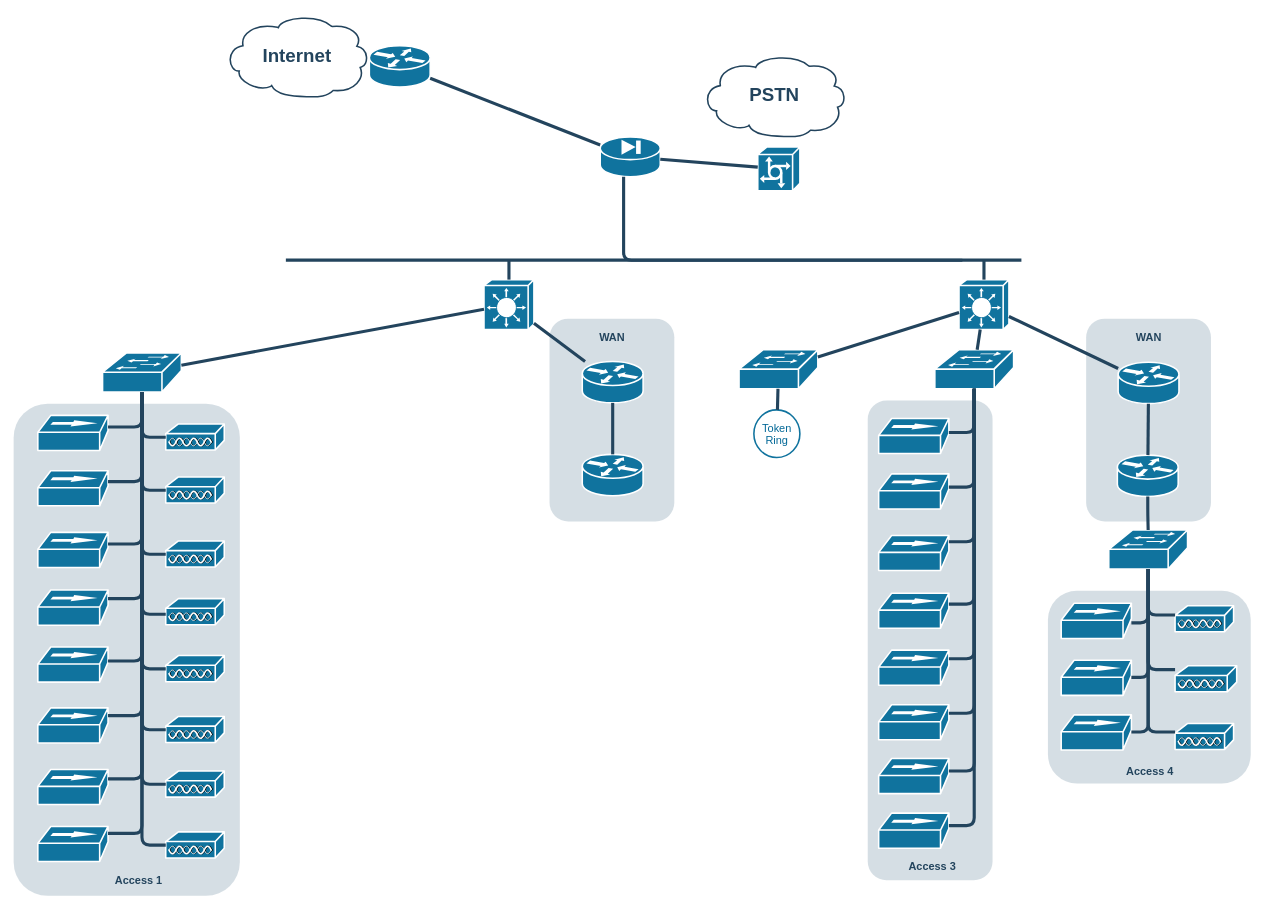
Earlier version of the draw.io diagram Actualizacion.drawio (0002itz/pruevas-registro-de-seguridad). Source tidied: cells renumbered, new cells numbered last; positions are measured from the earlier drawing's top-left corner, leaving out a move shared by most shapes. Both pictures are drawn from the tidied source at 78%, with x=0, y=0 at pixel (13, 14).
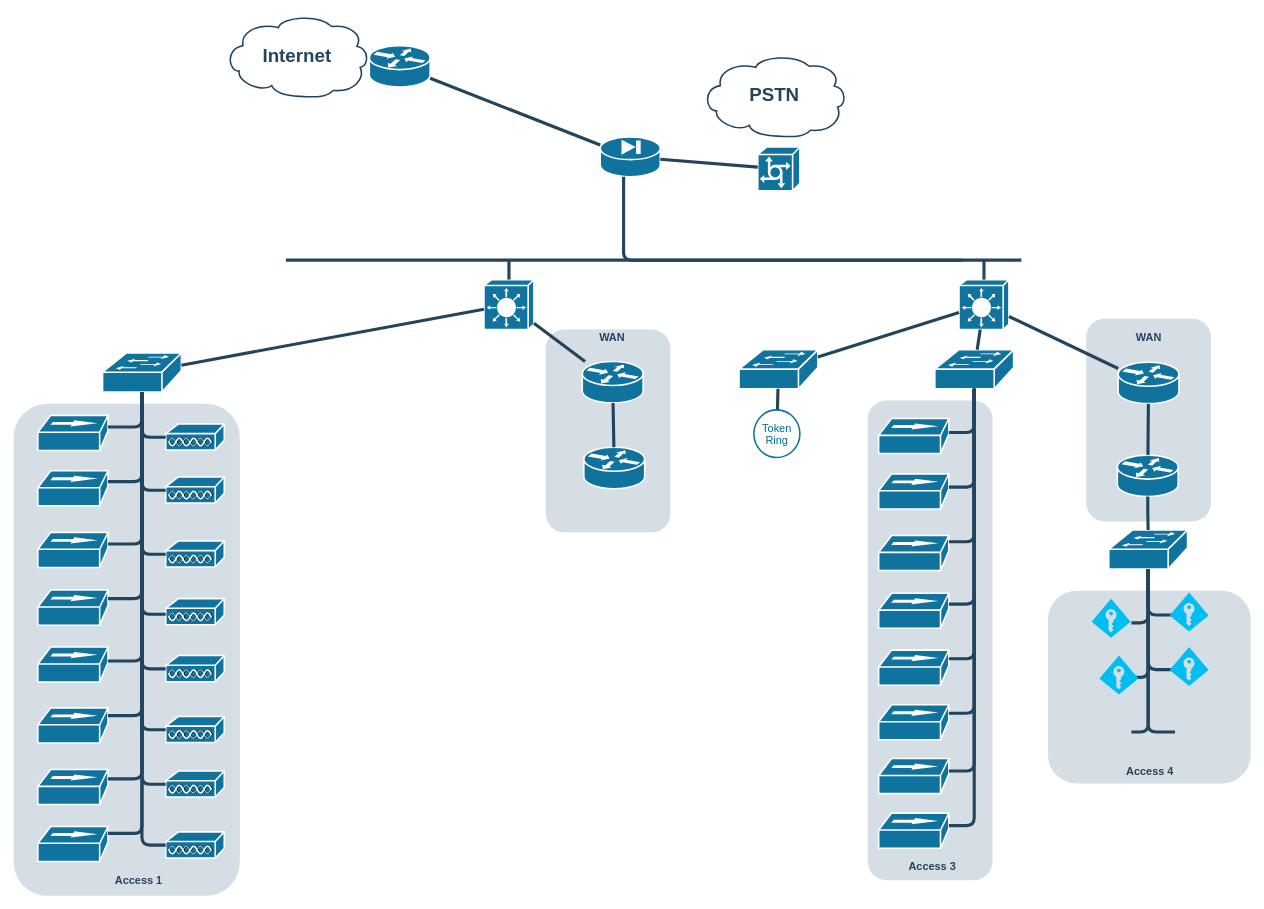
The same page after the edit.

The change refers to these unchanged cells:
```xml
<mxCell id="33" style="shape=mxgraph.cisco.switches.workgroup_switch;html=1;dashed=0;fillColor=#10739E;strokeColor=#ffffff;strokeWidth=2;verticalLabelPosition=bottom;verticalAlign=top;fontFamily=Helvetica;fontSize=36;fontColor=#FFB366;" parent="1" vertex="1">
  <mxGeometry x="1404" y="661" width="101" height="50" as="geometry" />
</mxCell>
```

Diff of the diagram source:
```diff
@@
     <mxCell id="2" style="rounded=1;whiteSpace=wrap;html=1;strokeColor=none;fillColor=#BAC8D3;fontSize=24;fontColor=#23445D;align=center;opacity=60;" parent="1" vertex="1">
-      <mxGeometry x="687" y="390" width="160" height="260" as="geometry" />
+      <mxGeometry x="682" y="404" width="160" height="260" as="geometry" />
     </mxCell>
@@
     <mxCell id="31" style="shape=mxgraph.cisco.routers.router;html=1;dashed=0;fillColor=#10739E;strokeColor=#ffffff;strokeWidth=2;verticalLabelPosition=bottom;verticalAlign=top;fontFamily=Helvetica;fontSize=36;fontColor=#FFB366;" parent="1" vertex="1">
-      <mxGeometry x="729" y="564" width="78" height="53" as="geometry" />
+      <mxGeometry x="731" y="555" width="78" height="53" as="geometry" />
     </mxCell>
@@
-    <mxCell id="74" style="shape=mxgraph.cisco.misc.access_point;html=1;dashed=0;fillColor=#10739E;strokeColor=#ffffff;strokeWidth=2;verticalLabelPosition=bottom;verticalAlign=top;fontFamily=Helvetica;fontSize=36;fontColor=#FFB366;" parent="1" vertex="1">
-      <mxGeometry x="1489" y="835" width="79" height="34" as="geometry" />
-    </mxCell>
-    <mxCell id="75" style="shape=mxgraph.cisco.misc.access_point;html=1;dashed=0;fillColor=#10739E;strokeColor=#ffffff;strokeWidth=2;verticalLabelPosition=bottom;verticalAlign=top;fontFamily=Helvetica;fontSize=36;fontColor=#FFB366;" parent="1" vertex="1">
-      <mxGeometry x="1489" y="909" width="75" height="34" as="geometry" />
-    </mxCell>
-    <mxCell id="76" style="shape=mxgraph.cisco.misc.access_point;html=1;dashed=0;fillColor=#10739E;strokeColor=#ffffff;strokeWidth=2;verticalLabelPosition=bottom;verticalAlign=top;fontFamily=Helvetica;fontSize=36;fontColor=#FFB366;" parent="1" vertex="1">
-      <mxGeometry x="1489" y="758" width="75" height="34" as="geometry" />
-    </mxCell>
-    <mxCell id="77" style="shape=mxgraph.cisco.hubs_and_gateways.100baset_hub;html=1;dashed=0;fillColor=#10739E;strokeColor=#ffffff;strokeWidth=2;verticalLabelPosition=bottom;verticalAlign=top;fontFamily=Helvetica;fontSize=36;fontColor=#FFB366;" parent="1" vertex="1">
-      <mxGeometry x="1343" y="828" width="90" height="45" as="geometry" />
-    </mxCell>
-    <mxCell id="78" style="shape=mxgraph.cisco.hubs_and_gateways.100baset_hub;html=1;dashed=0;fillColor=#10739E;strokeColor=#ffffff;strokeWidth=2;verticalLabelPosition=bottom;verticalAlign=top;fontFamily=Helvetica;fontSize=36;fontColor=#FFB366;" parent="1" vertex="1">
-      <mxGeometry x="1343" y="755" width="90" height="45" as="geometry" />
-    </mxCell>
-    <mxCell id="79" style="shape=mxgraph.cisco.hubs_and_gateways.100baset_hub;html=1;dashed=0;fillColor=#10739E;strokeColor=#ffffff;strokeWidth=2;verticalLabelPosition=bottom;verticalAlign=top;fontFamily=Helvetica;fontSize=36;fontColor=#FFB366;" parent="1" vertex="1">
-      <mxGeometry x="1343" y="898" width="90" height="45" as="geometry" />
-    </mxCell>
@@
-    <mxCell id="81" style="edgeStyle=orthogonalEdgeStyle;rounded=1;html=1;strokeColor=#23445D;endArrow=none;endFill=0;strokeWidth=4;" parent="1" edge="1" source="33" target="78">
+    <mxCell id="81" style="edgeStyle=orthogonalEdgeStyle;rounded=1;html=1;strokeColor=#23445D;endArrow=none;endFill=0;strokeWidth=4;" parent="1" edge="1" source="33">
       <mxGeometry relative="1" as="geometry">
+        <mxPoint x="1433" y="780" as="targetPoint" />
         <Array as="points">
           <mxPoint x="1454" y="780" />
         </Array>
       </mxGeometry>
     </mxCell>
-    <mxCell id="82" style="edgeStyle=orthogonalEdgeStyle;rounded=1;html=1;strokeColor=#23445D;endArrow=none;endFill=0;strokeWidth=4;" parent="1" edge="1" source="33" target="77">
+    <mxCell id="82" style="edgeStyle=orthogonalEdgeStyle;rounded=1;html=1;strokeColor=#23445D;endArrow=none;endFill=0;strokeWidth=4;" parent="1" edge="1" source="33">
       <mxGeometry relative="1" as="geometry">
+        <mxPoint x="1433" y="850" as="targetPoint" />
         <Array as="points">
           <mxPoint x="1454" y="850" />
         </Array>
       </mxGeometry>
     </mxCell>
-    <mxCell id="83" style="edgeStyle=orthogonalEdgeStyle;rounded=1;html=1;strokeColor=#23445D;endArrow=none;endFill=0;strokeWidth=4;" parent="1" edge="1" source="33" target="79">
+    <mxCell id="83" style="edgeStyle=orthogonalEdgeStyle;rounded=1;html=1;strokeColor=#23445D;endArrow=none;endFill=0;strokeWidth=4;" parent="1" edge="1" source="33">
       <mxGeometry relative="1" as="geometry">
+        <mxPoint x="1433" y="920" as="targetPoint" />
         <Array as="points">
           <mxPoint x="1454" y="920" />
         </Array>
       </mxGeometry>
     </mxCell>
-    <mxCell id="84" style="edgeStyle=orthogonalEdgeStyle;rounded=1;html=1;strokeColor=#23445D;endArrow=none;endFill=0;strokeWidth=4;" parent="1" edge="1" source="33" target="76">
+    <mxCell id="84" style="edgeStyle=orthogonalEdgeStyle;rounded=1;html=1;strokeColor=#23445D;endArrow=none;endFill=0;strokeWidth=4;" parent="1" edge="1" source="33">
       <mxGeometry relative="1" as="geometry">
+        <mxPoint x="1489" y="770" as="targetPoint" />
         <Array as="points">
           <mxPoint x="1454" y="770" />
         </Array>
       </mxGeometry>
     </mxCell>
-    <mxCell id="85" style="edgeStyle=orthogonalEdgeStyle;rounded=1;html=1;strokeColor=#23445D;endArrow=none;endFill=0;strokeWidth=4;" parent="1" edge="1" source="33" target="74">
+    <mxCell id="85" style="edgeStyle=orthogonalEdgeStyle;rounded=1;html=1;strokeColor=#23445D;endArrow=none;endFill=0;strokeWidth=4;" parent="1" edge="1" source="33">
       <mxGeometry relative="1" as="geometry">
+        <mxPoint x="1489" y="840" as="targetPoint" />
         <Array as="points">
           <mxPoint x="1454" y="840" />
         </Array>
       </mxGeometry>
     </mxCell>
-    <mxCell id="86" style="edgeStyle=orthogonalEdgeStyle;rounded=1;html=1;strokeColor=#23445D;endArrow=none;endFill=0;strokeWidth=4;" parent="1" edge="1" source="33" target="75">
+    <mxCell id="86" style="edgeStyle=orthogonalEdgeStyle;rounded=1;html=1;strokeColor=#23445D;endArrow=none;endFill=0;strokeWidth=4;" parent="1" edge="1" source="33">
       <mxGeometry relative="1" as="geometry">
+        <mxPoint x="1489" y="920" as="targetPoint" />
         <Array as="points">
           <mxPoint x="1454" y="920" />
         </Array>
       </mxGeometry>
     </mxCell>
@@
+    <mxCell id="104" style="verticalLabelPosition=bottom;html=1;verticalAlign=top;align=center;strokeColor=none;fillColor=#00BEF2;shape=mxgraph.azure.access_control;" parent="1" vertex="1">
+      <mxGeometry x="1382" y="749" width="50" height="50" as="geometry" />
+    </mxCell>
+    <mxCell id="105" style="verticalLabelPosition=bottom;html=1;verticalAlign=top;align=center;strokeColor=none;fillColor=#00BEF2;shape=mxgraph.azure.access_control;" parent="1" vertex="1">
+      <mxGeometry x="1482" y="741" width="50" height="50" as="geometry" />
+    </mxCell>
+    <mxCell id="106" style="verticalLabelPosition=bottom;html=1;verticalAlign=top;align=center;strokeColor=none;fillColor=#00BEF2;shape=mxgraph.azure.access_control;" parent="1" vertex="1">
+      <mxGeometry x="1482" y="811" width="50" height="50" as="geometry" />
+    </mxCell>
+    <mxCell id="107" style="verticalLabelPosition=bottom;html=1;verticalAlign=top;align=center;strokeColor=none;fillColor=#00BEF2;shape=mxgraph.azure.access_control;" parent="1" vertex="1">
+      <mxGeometry x="1392" y="822" width="50" height="50" as="geometry" />
+    </mxCell>
```
